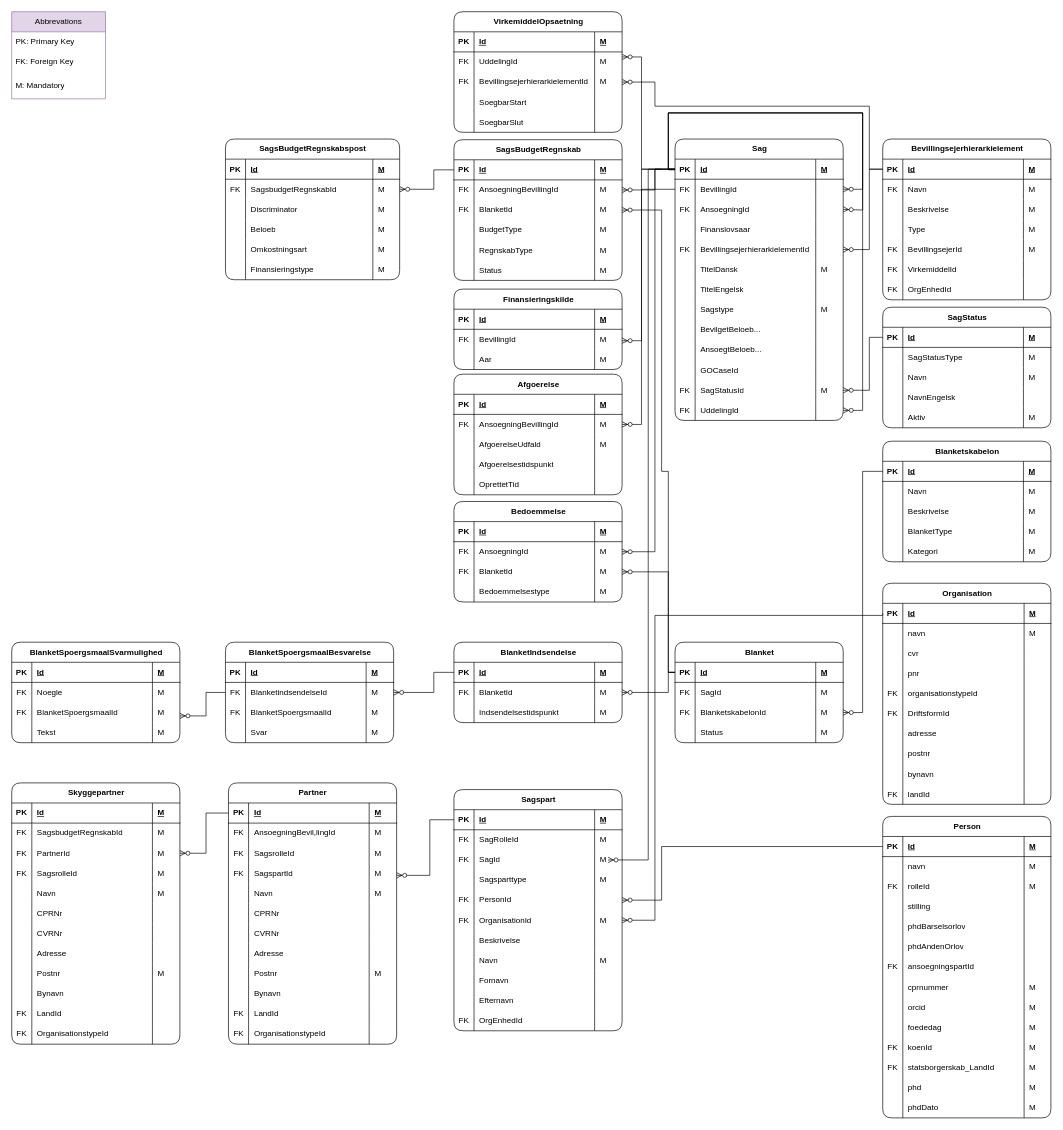
Before: page "Original Egrant" (4 of 4) of Grants model.drawio in thomas-lange-dk/Grants, a draw.io diagram. Source tidied: cells renumbered, new cells numbered last; positions are measured from the earlier drawing's top-left corner, leaving out a move shared by most shapes. Both pictures are drawn from the tidied source at 67%, with x=0, y=0 at pixel (11, 11).
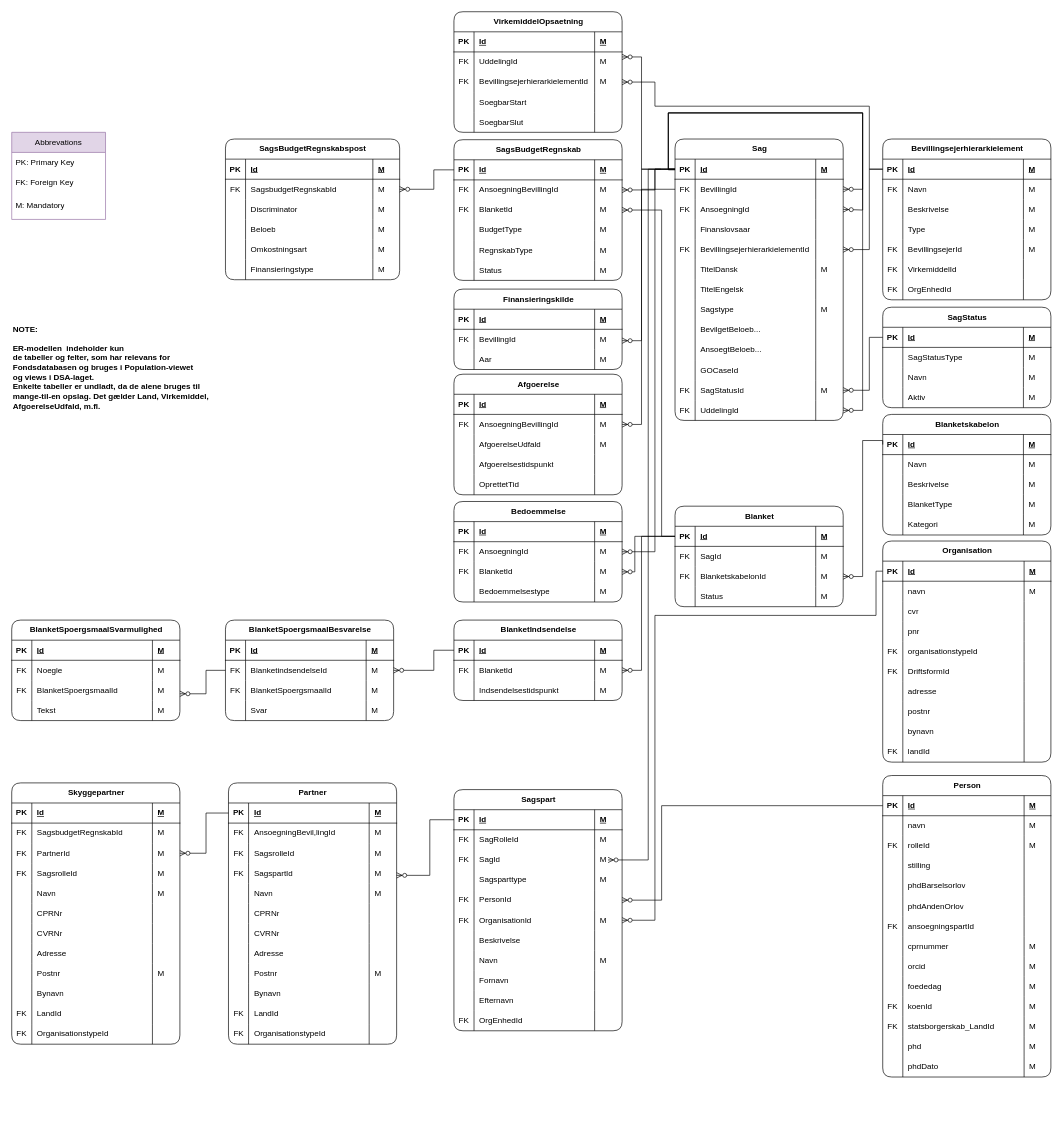
After the change.

The change refers to these unchanged cells:
```xml
<mxCell id="4" value="PK" style="shape=partialRectangle;fillColor=none;top=0;left=0;bottom=0;right=0;fontStyle=1;overflow=hidden;whiteSpace=wrap;html=1;shadow=0;" parent="3" vertex="1">
  <mxGeometry width="30" height="30" as="geometry" />
</mxCell>
<mxCell id="59" value="M" style="shape=partialRectangle;fillColor=none;top=0;left=0;bottom=0;right=0;align=left;spacingLeft=6;overflow=hidden;whiteSpace=wrap;html=1;shadow=0;" parent="56" vertex="1">
  <mxGeometry x="210" width="41" height="30" as="geometry" />
</mxCell>
<mxCell id="74" value="PK" style="shape=partialRectangle;fillColor=none;top=0;left=0;bottom=0;right=0;fontStyle=1;overflow=hidden;whiteSpace=wrap;html=1;shadow=0;" parent="73" vertex="1">
  <mxGeometry width="30" height="30" as="geometry" />
</mxCell>
<mxCell id="224" value="M" style="shape=partialRectangle;fillColor=none;top=0;left=0;bottom=0;right=0;align=left;spacingLeft=6;overflow=hidden;whiteSpace=wrap;html=1;shadow=0;" parent="221" vertex="1">
  <mxGeometry x="210" width="41" height="30" as="geometry" />
</mxCell>
<mxCell id="232" value="PK" style="shape=partialRectangle;fillColor=none;top=0;left=0;bottom=0;right=0;fontStyle=1;overflow=hidden;whiteSpace=wrap;html=1;shadow=0;" parent="231" vertex="1">
  <mxGeometry width="30" height="30" as="geometry" />
</mxCell>
<mxCell id="242" value="M" style="shape=partialRectangle;fillColor=none;top=0;left=0;bottom=0;right=0;align=left;spacingLeft=6;overflow=hidden;whiteSpace=wrap;html=1;shadow=0;" parent="239" vertex="1">
  <mxGeometry x="210" width="41" height="30" as="geometry" />
</mxCell>
<mxCell id="250" value="PK" style="shape=partialRectangle;fillColor=none;top=0;left=0;bottom=0;right=0;fontStyle=1;overflow=hidden;whiteSpace=wrap;html=1;shadow=0;" parent="249" vertex="1">
  <mxGeometry width="30" height="30" as="geometry" />
</mxCell>
<mxCell id="272" value="PK" style="shape=partialRectangle;fillColor=none;top=0;left=0;bottom=0;right=0;fontStyle=1;overflow=hidden;whiteSpace=wrap;html=1;shadow=0;" parent="271" vertex="1">
  <mxGeometry width="30" height="30" as="geometry" />
</mxCell>
<mxCell id="278" value="M" style="shape=partialRectangle;fillColor=none;top=0;left=0;bottom=0;right=0;align=left;spacingLeft=6;overflow=hidden;whiteSpace=wrap;html=1;shadow=0;" parent="275" vertex="1">
  <mxGeometry x="210" width="41" height="30" as="geometry" />
</mxCell>
<mxCell id="290" value="FK" style="shape=partialRectangle;fillColor=none;top=0;left=0;bottom=0;right=0;overflow=hidden;whiteSpace=wrap;html=1;shadow=0;" parent="289" vertex="1">
  <mxGeometry width="30" height="30" as="geometry" />
</mxCell>
<mxCell id="292" value="M" style="shape=partialRectangle;fillColor=none;top=0;left=0;bottom=0;right=0;align=left;spacingLeft=6;overflow=hidden;whiteSpace=wrap;html=1;shadow=0;" parent="289" vertex="1">
  <mxGeometry x="210" width="41" height="30" as="geometry" />
</mxCell>
<mxCell id="314" value="M" style="shape=partialRectangle;fillColor=none;top=0;left=0;bottom=0;right=0;align=left;spacingLeft=6;overflow=hidden;whiteSpace=wrap;html=1;shadow=0;" parent="311" vertex="1">
  <mxGeometry x="210" width="41" height="30" as="geometry" />
</mxCell>
<mxCell id="429" style="shape=partialRectangle;fillColor=none;top=0;left=0;bottom=0;right=0;align=left;spacingLeft=6;overflow=hidden;whiteSpace=wrap;html=1;shadow=0;" parent="426" vertex="1">
  <mxGeometry x="210" width="41" height="30" as="geometry" />
</mxCell>
<mxCell id="433" value="M" style="shape=partialRectangle;fillColor=none;top=0;left=0;bottom=0;right=0;align=left;spacingLeft=6;overflow=hidden;whiteSpace=wrap;html=1;shadow=0;" parent="430" vertex="1">
  <mxGeometry x="210" width="41" height="30" as="geometry" />
</mxCell>
```

The edit, as a diff of the source:
```diff
@@
     <mxCell id="2" value="Organisation" style="shape=table;startSize=30;childLayout=tableLayout;rowLines=0;fontStyle=1;align=center;html=1;rounded=1;shadow=0;" parent="1" vertex="1">
-      <mxGeometry x="1300" y="853" width="251" height="330" as="geometry" />
+      <mxGeometry x="1300" y="790" width="251" height="330" as="geometry" />
     </mxCell>
@@
     <mxCell id="43" value="Abbrevations" style="swimlane;fontStyle=0;horizontal=1;startSize=30;whiteSpace=wrap;html=1;fillColor=#e1d5e7;strokeColor=#9673a6;" parent="1" vertex="1">
-      <mxGeometry width="140" height="130" as="geometry" />
+      <mxGeometry y="180" width="140" height="130" as="geometry" />
     </mxCell>
@@
     <mxCell id="72" value="Person" style="shape=table;startSize=30;childLayout=tableLayout;rowLines=0;fontStyle=1;align=center;html=1;shadow=0;rounded=1;" parent="1" vertex="1">
-      <mxGeometry x="1300" y="1201" width="251" height="450" as="geometry" />
+      <mxGeometry x="1300" y="1140" width="251" height="450" as="geometry" />
     </mxCell>
@@
     <mxCell id="230" value="Blanket" style="shape=table;startSize=30;childLayout=tableLayout;rowLines=0;fontStyle=1;align=center;html=1;swimlaneLine=1;shadow=0;rounded=1;swimlaneFillColor=none;" parent="1" vertex="1">
-      <mxGeometry x="990" y="941" width="251" height="150" as="geometry" />
+      <mxGeometry x="990" y="738" width="251" height="150" as="geometry" />
     </mxCell>
@@
     <mxCell id="247" style="fontSize=12;html=1;endArrow=ERzeroToMany;endFill=1;rounded=0;shadow=0;edgeStyle=orthogonalEdgeStyle;exitX=0;exitY=0.5;exitDx=0;exitDy=0;entryX=1;entryY=0.5;entryDx=0;entryDy=0;" parent="1" edge="1" source="232" target="224">
       <mxGeometry relative="1" as="geometry">
         <Array as="points">
-          <mxPoint x="980" y="986" />
-          <mxPoint x="980" y="836" />
+          <mxPoint x="930" y="783" />
+          <mxPoint x="930" y="836" />
         </Array>
       </mxGeometry>
     </mxCell>
     <mxCell id="248" value="Blanketskabelon" style="shape=table;startSize=30;childLayout=tableLayout;rowLines=0;fontStyle=1;align=center;html=1;swimlaneLine=1;shadow=0;rounded=1;swimlaneFillColor=none;" parent="1" vertex="1">
-      <mxGeometry x="1300" y="641" width="251" height="180" as="geometry" />
+      <mxGeometry x="1300" y="601" width="251" height="180" as="geometry" />
     </mxCell>
@@
     <mxCell id="269" style="fontSize=12;html=1;endArrow=ERzeroToMany;endFill=1;rounded=0;shadow=0;edgeStyle=orthogonalEdgeStyle;exitX=0;exitY=0.5;exitDx=0;exitDy=0;entryX=1;entryY=0.5;entryDx=0;entryDy=0;strokeColor=default;align=center;verticalAlign=middle;fontFamily=Helvetica;fontColor=default;labelBackgroundColor=default;" parent="1" edge="1" source="250" target="242">
       <mxGeometry relative="1" as="geometry">
         <Array as="points">
-          <mxPoint x="1270" y="686" />
-          <mxPoint x="1270" y="1046" />
+          <mxPoint x="1300" y="640" />
+          <mxPoint x="1270" y="640" />
+          <mxPoint x="1270" y="843" />
         </Array>
       </mxGeometry>
     </mxCell>
     <mxCell id="270" value="BlanketIndsendelse" style="shape=table;startSize=30;childLayout=tableLayout;rowLines=0;fontStyle=1;align=center;html=1;swimlaneLine=1;shadow=0;rounded=1;swimlaneFillColor=none;" parent="1" vertex="1">
-      <mxGeometry x="660" y="941" width="251" height="120" as="geometry" />
+      <mxGeometry x="660" y="908" width="251" height="120" as="geometry" />
     </mxCell>
@@
     <mxCell id="283" style="fontSize=12;html=1;endArrow=ERzeroToMany;endFill=1;rounded=0;shadow=0;edgeStyle=orthogonalEdgeStyle;exitX=0;exitY=0.5;exitDx=0;exitDy=0;entryX=1;entryY=0.5;entryDx=0;entryDy=0;" parent="1" edge="1" source="232" target="278">
       <mxGeometry relative="1" as="geometry">
         <Array as="points">
-          <mxPoint x="980" y="986" />
-          <mxPoint x="980" y="1016" />
+          <mxPoint x="940" y="783" />
+          <mxPoint x="940" y="983" />
         </Array>
       </mxGeometry>
     </mxCell>
     <mxCell id="284" value="BlanketSpoergsmaalBesvarelse" style="shape=table;startSize=30;childLayout=tableLayout;rowLines=0;fontStyle=1;align=center;html=1;swimlaneLine=1;shadow=0;rounded=1;swimlaneFillColor=none;" parent="1" vertex="1">
-      <mxGeometry x="319" y="941" width="251" height="150" as="geometry" />
+      <mxGeometry x="319" y="908" width="251" height="150" as="geometry" />
     </mxCell>
@@
     <mxCell id="301" style="fontSize=12;html=1;endArrow=ERzeroToMany;endFill=1;rounded=0;shadow=0;edgeStyle=orthogonalEdgeStyle;exitX=0;exitY=0.5;exitDx=0;exitDy=0;entryX=1;entryY=0.5;entryDx=0;entryDy=0;" parent="1" edge="1" source="272" target="292">
       <mxGeometry relative="1" as="geometry">
         <Array as="points">
-          <mxPoint x="630" y="986" />
-          <mxPoint x="630" y="1016" />
+          <mxPoint x="630" y="953" />
+          <mxPoint x="630" y="983" />
         </Array>
       </mxGeometry>
     </mxCell>
     <mxCell id="302" value="BlanketSpoergsmaalSvarmulighed" style="shape=table;startSize=30;childLayout=tableLayout;rowLines=0;fontStyle=1;align=center;html=1;swimlaneLine=1;shadow=0;rounded=1;swimlaneFillColor=none;" parent="1" vertex="1">
-      <mxGeometry y="941" width="251" height="150" as="geometry" />
+      <mxGeometry y="908" width="251" height="150" as="geometry" />
     </mxCell>
@@
     <mxCell id="319" style="fontSize=12;html=1;endArrow=ERzeroToMany;endFill=1;rounded=0;shadow=0;edgeStyle=orthogonalEdgeStyle;exitX=0;exitY=0.5;exitDx=0;exitDy=0;" parent="1" edge="1" source="290" target="314">
       <mxGeometry relative="1" as="geometry">
         <Array as="points">
-          <mxPoint x="290" y="1016" />
-          <mxPoint x="290" y="1051" />
+          <mxPoint x="290" y="983" />
+          <mxPoint x="290" y="1018" />
         </Array>
       </mxGeometry>
     </mxCell>
     <mxCell id="320" style="fontSize=12;html=1;endArrow=ERzeroToMany;endFill=1;rounded=0;shadow=0;edgeStyle=orthogonalEdgeStyle;exitX=0;exitY=0.5;exitDx=0;exitDy=0;entryX=1;entryY=0.5;entryDx=0;entryDy=0;" parent="1" edge="1" source="232" target="59">
       <mxGeometry relative="1" as="geometry">
         <Array as="points">
-          <mxPoint x="980" y="986" />
-          <mxPoint x="980" y="686" />
-          <mxPoint x="970" y="686" />
+          <mxPoint x="970" y="783" />
           <mxPoint x="970" y="296" />
         </Array>
       </mxGeometry>
     </mxCell>
@@
     <mxCell id="387" value="SagStatus" style="shape=table;startSize=30;childLayout=tableLayout;rowLines=0;fontStyle=1;align=center;html=1;swimlaneLine=1;shadow=0;rounded=1;swimlaneFillColor=none;" parent="1" vertex="1">
-      <mxGeometry x="1300" y="441" width="251" height="180" as="geometry" />
+      <mxGeometry x="1300" y="441" width="251" height="150" as="geometry" />
     </mxCell>
@@
-    <mxCell id="400" style="shape=tableRow;horizontal=0;startSize=0;swimlaneHead=0;swimlaneBody=0;fillColor=none;top=0;left=0;right=0;bottom=0;shadow=0;" parent="387" vertex="1">
-      <mxGeometry y="120" width="251" height="30" as="geometry" />
-    </mxCell>
-    <mxCell id="401" style="shape=partialRectangle;fillColor=none;top=0;left=0;bottom=0;right=0;overflow=hidden;whiteSpace=wrap;html=1;shadow=0;" parent="400" vertex="1">
-      <mxGeometry width="30" height="30" as="geometry" />
-    </mxCell>
-    <mxCell id="402" value="NavnEngelsk" style="shape=partialRectangle;fillColor=none;top=0;left=0;bottom=0;right=0;align=left;spacingLeft=6;overflow=hidden;whiteSpace=wrap;html=1;shadow=0;" parent="400" vertex="1">
-      <mxGeometry x="30" width="180" height="30" as="geometry" />
-    </mxCell>
-    <mxCell id="403" style="shape=partialRectangle;fillColor=none;top=0;left=0;bottom=0;right=0;align=left;spacingLeft=6;overflow=hidden;whiteSpace=wrap;html=1;shadow=0;" parent="400" vertex="1">
-      <mxGeometry x="210" width="41" height="30" as="geometry" />
-    </mxCell>
     <mxCell id="404" style="shape=tableRow;horizontal=0;startSize=0;swimlaneHead=0;swimlaneBody=0;fillColor=none;top=0;left=0;right=0;bottom=0;shadow=0;" parent="387" vertex="1">
-      <mxGeometry y="150" width="251" height="30" as="geometry" />
+      <mxGeometry y="120" width="251" height="30" as="geometry" />
     </mxCell>
@@
     <mxCell id="455" style="fontSize=12;html=1;endArrow=ERzeroToMany;endFill=1;rounded=0;shadow=0;edgeStyle=orthogonalEdgeStyle;entryX=1;entryY=0.5;entryDx=0;entryDy=0;exitX=0;exitY=0.5;exitDx=0;exitDy=0;" parent="1" edge="1" source="4" target="433">
       <mxGeometry relative="1" as="geometry">
         <Array as="points">
-          <mxPoint x="1300" y="901" />
+          <mxPoint x="1290" y="835" />
+          <mxPoint x="1290" y="901" />
           <mxPoint x="960" y="901" />
           <mxPoint x="960" y="1356" />
         </Array>
       </mxGeometry>
     </mxCell>
     <mxCell id="456" style="fontSize=12;html=1;endArrow=ERzeroToMany;endFill=1;rounded=0;shadow=0;edgeStyle=orthogonalEdgeStyle;entryX=1;entryY=0.5;entryDx=0;entryDy=0;exitX=0;exitY=0.5;exitDx=0;exitDy=0;" parent="1" edge="1" source="74" target="429">
       <mxGeometry relative="1" as="geometry">
         <Array as="points">
-          <mxPoint x="970" y="1246" />
+          <mxPoint x="970" y="1185" />
           <mxPoint x="970" y="1326" />
         </Array>
       </mxGeometry>
     </mxCell>
@@
+    <mxCell id="580" value="&lt;b&gt;NOTE:&lt;/b&gt;&lt;div&gt;&lt;b&gt;&lt;br&gt;&lt;/b&gt;&lt;/div&gt;&lt;div&gt;&lt;b&gt;ER-modellen&amp;nbsp; indeholder kun&lt;br&gt;de tabeller og felter, som har relevans for&amp;nbsp;&lt;br&gt;Fondsdatabasen og bruges i Population-viewet&amp;nbsp;&lt;/b&gt;&lt;div&gt;&lt;b&gt;og views i DSA-laget.&amp;nbsp;&lt;br&gt;Enkelte tabeller er undladt, da de alene bruges til&amp;nbsp;&lt;br&gt;mange-til-en opslag. Det gælder Land, Virkemiddel,&lt;/b&gt;&lt;/div&gt;&lt;div&gt;&lt;b&gt;AfgoerelseUdfald, m.fl.&lt;/b&gt;&lt;/div&gt;&lt;/div&gt;" style="text;html=1;align=left;verticalAlign=middle;strokeColor=none;fillColor=none;" parent="1" vertex="1">
+      <mxGeometry y="461" width="320" height="140" as="geometry" />
+    </mxCell>
```
